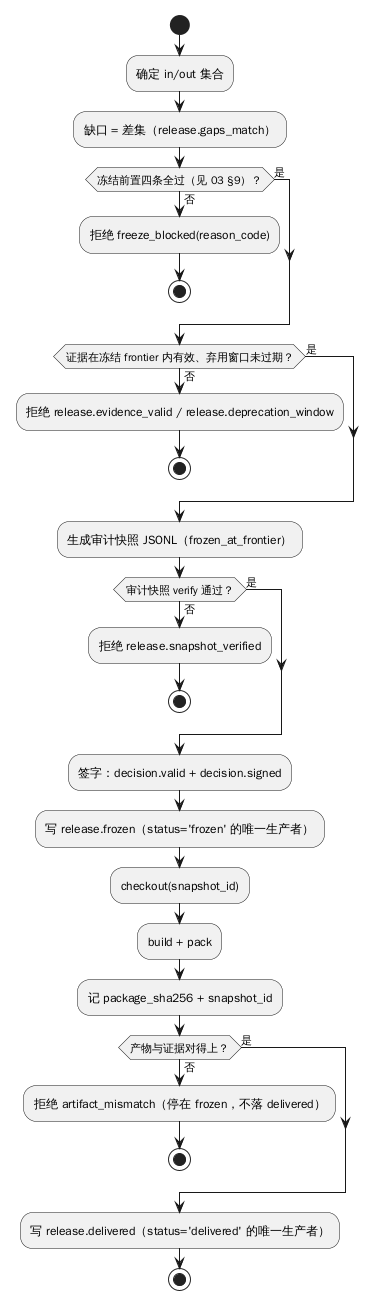
Before: design/diagrams/p8-release.png, a diagram exported from PlantUML (raitpor/dsh-software-dev-office).
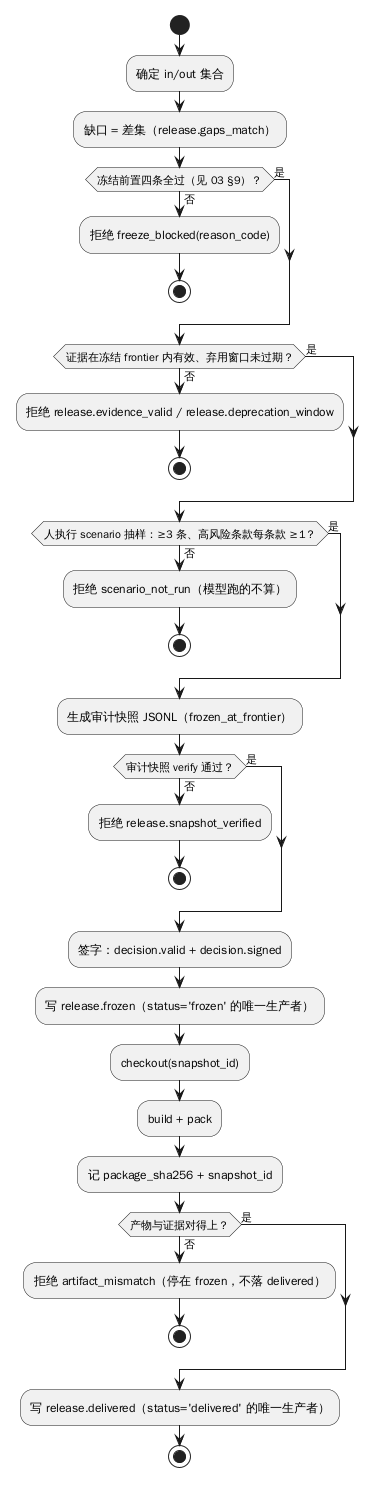
After the change.

What changed in the source:
```diff
@@ -9,6 +9,11 @@
 endif
 if (证据在冻结 frontier 内有效、弃用窗口未过期？) then (否)
   :拒绝 release.evidence_valid / release.deprecation_window;
+  stop
+else (是)
+endif
+if (人执行 scenario 抽样：≥3 条、高风险条款每条款 ≥1？) then (否)
+  :拒绝 scenario_not_run（模型跑的不算）;
   stop
 else (是)
 endif
```
